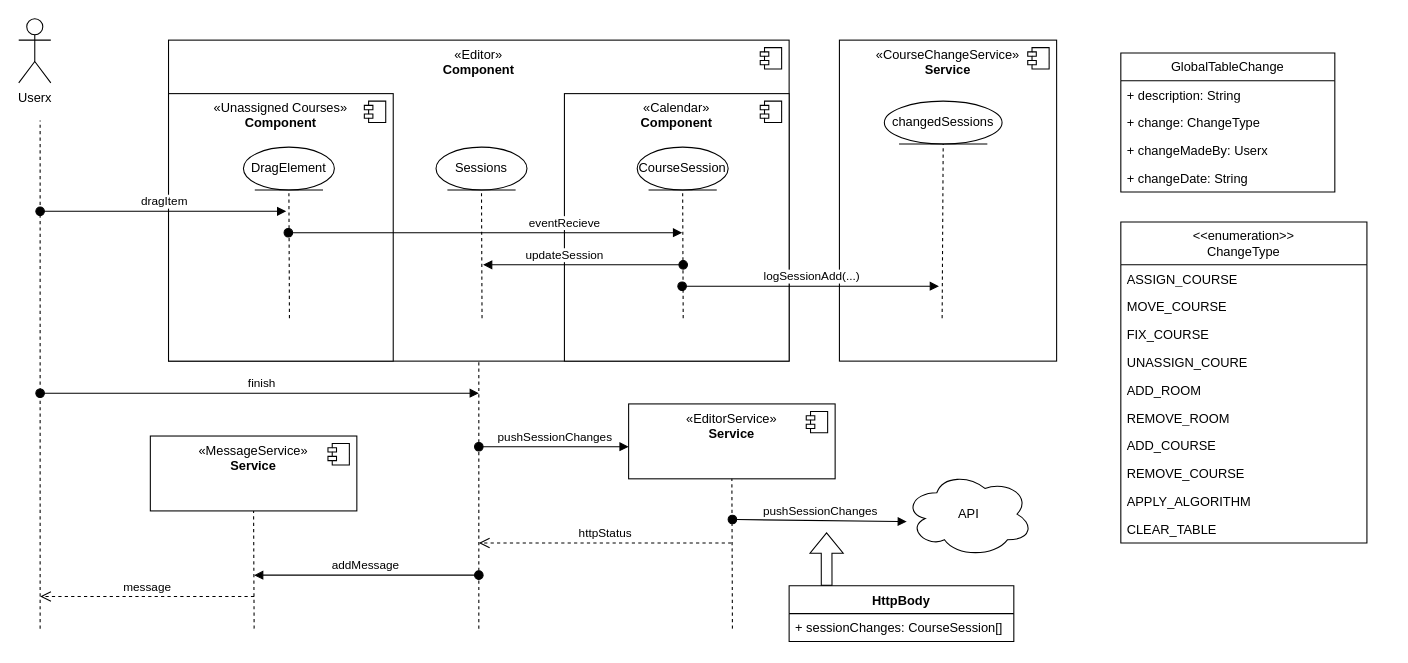
Earlier version of the draw.io diagram Doku/Ablauf/userChangesLogging.drawio (Darkuna/Lecture-Connect). Source tidied: cells renumbered, new cells numbered last; positions are measured from the earlier drawing's top-left corner, leaving out a move shared by most shapes. Both pictures are drawn from the tidied source at 107%, with x=0, y=0 at pixel (18, 18).
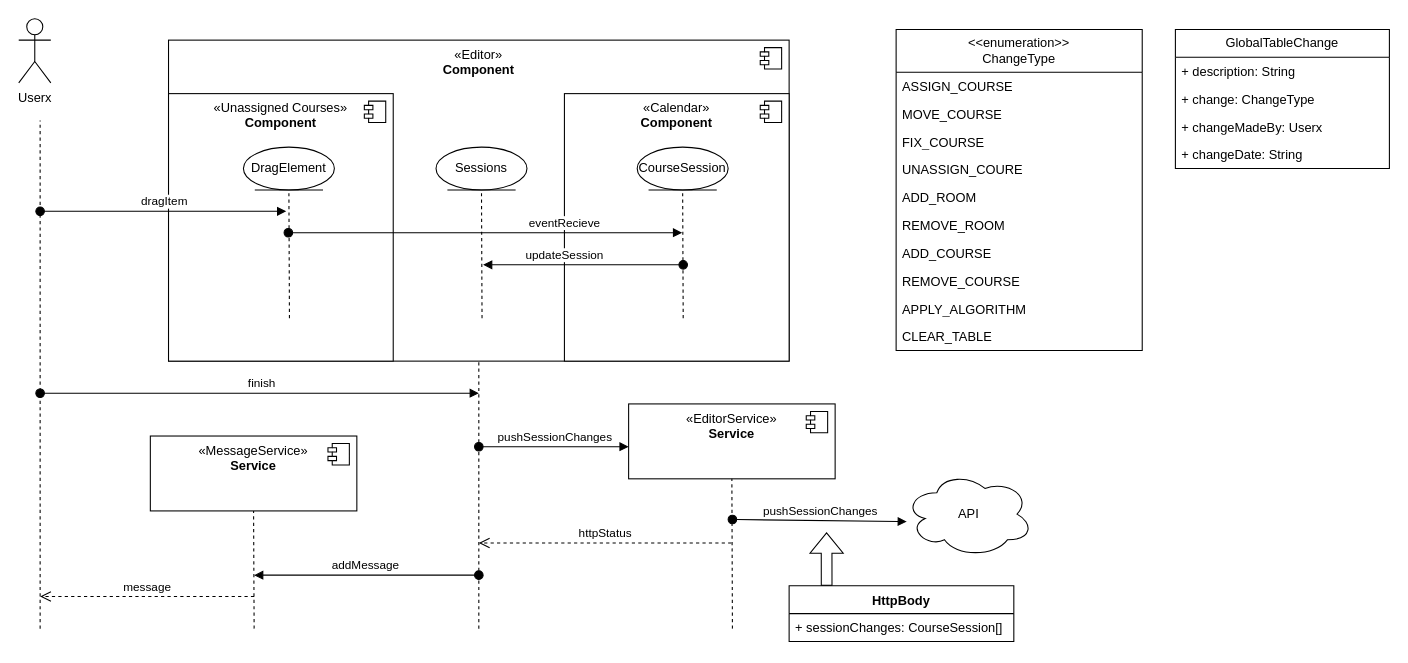
The same page after the edit.

Change to the diagram source:
```diff
@@
-    <mxCell id="5" value="«CourseChangeService&lt;span style=&quot;background-color: initial;&quot;&gt;»&lt;/span&gt;&lt;div&gt;&lt;b&gt;Service&lt;/b&gt;&lt;/div&gt;" style="html=1;whiteSpace=wrap;verticalAlign=top;" parent="1" vertex="1">
-      <mxGeometry x="767" y="20" width="203" height="300" as="geometry" />
-    </mxCell>
-    <mxCell id="6" style="shape=module;jettyWidth=8;jettyHeight=4;" parent="5" vertex="1">
-      <mxGeometry x="1" width="20" height="20" relative="1" as="geometry">
-        <mxPoint x="-27" y="7" as="offset" />
-      </mxGeometry>
-    </mxCell>
     <mxCell id="7" value="GlobalTableChange" style="swimlane;fontStyle=0;horizontal=1;startSize=26;fillColor=none;whiteSpace=wrap;html=1;" parent="1" vertex="1">
-      <mxGeometry x="1030" y="32" width="200" height="130" as="geometry" />
+      <mxGeometry x="1081" y="10" width="200" height="130" as="geometry" />
     </mxCell>
@@
     <mxCell id="12" value="&amp;lt;&amp;lt;enumeration&amp;gt;&amp;gt;&lt;div&gt;ChangeType&lt;/div&gt;" style="swimlane;fontStyle=0;horizontal=1;startSize=40;fillColor=none;whiteSpace=wrap;html=1;" parent="1" vertex="1">
-      <mxGeometry x="1030" y="190" width="230" height="300" as="geometry" />
+      <mxGeometry x="820" y="10" width="230" height="300" as="geometry" />
     </mxCell>
@@
-    <mxCell id="31" value="logSessionAdd(...)" style="html=1;verticalAlign=bottom;startArrow=oval;startFill=1;endArrow=block;startSize=8;curved=0;rounded=0;" parent="1" edge="1">
-      <mxGeometry x="0.01" relative="1" as="geometry">
-        <mxPoint x="620" y="250" as="sourcePoint" />
-        <mxPoint x="860" y="250" as="targetPoint" />
-      </mxGeometry>
-    </mxCell>
@@
-    <mxCell id="38" value="changedSessions" style="ellipse;shape=umlEntity;whiteSpace=wrap;html=1;" parent="1" vertex="1">
-      <mxGeometry x="809" y="77" width="110" height="40" as="geometry" />
-    </mxCell>
-    <mxCell id="39" style="endArrow=none;dashed=1;html=1;rounded=0;entryX=0.5;entryY=1;entryDx=0;entryDy=0;" parent="1" edge="1" target="38">
-      <mxGeometry relative="1" as="geometry">
-        <mxPoint x="863" y="280" as="sourcePoint" />
-      </mxGeometry>
-    </mxCell>
```
